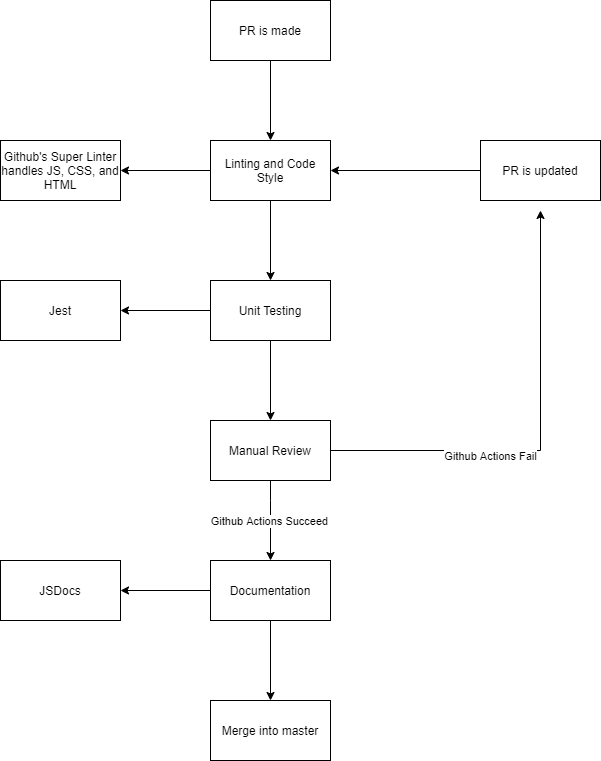
Above: specs/pipeline/pipeline-diagram.drawio.png in yitianwang18/cse112-s22-group14 (draw.io), before the change. Source tidied: cells renumbered, new cells last; positions are measured from the earlier drawing's top-left corner, leaving out a move shared by most shapes.
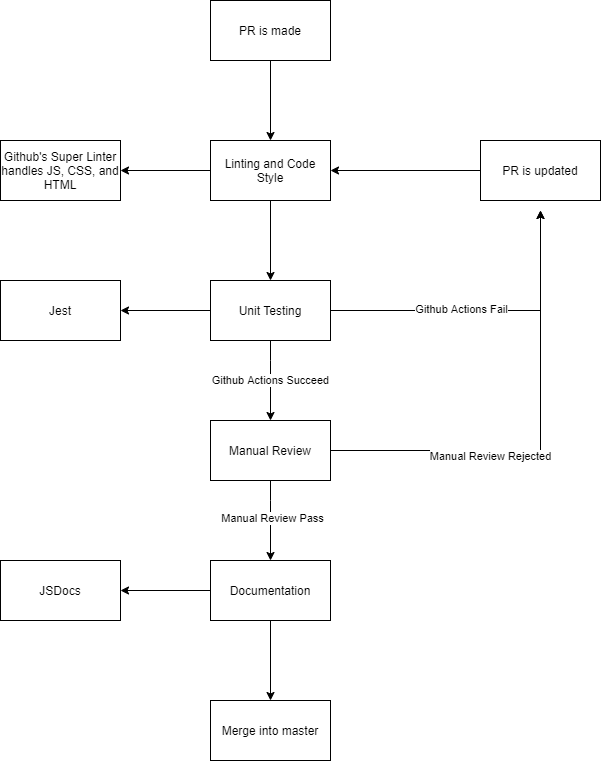
After the change.

Commit message:
added needed routes in diagram for failing actions tests

What changed in the source:
```diff
@@ -24,8 +24,24 @@
       <mxGeometry relative="1" as="geometry" />
     </mxCell>
     <mxCell id="9" style="edgeStyle=orthogonalEdgeStyle;rounded=0;jettySize=auto;html=1;entryX=0.5;entryY=0;entryDx=0;entryDy=0;" parent="1" edge="1" source="10" target="20">
-      <mxGeometry relative="1" as="geometry" />
+      <mxGeometry relative="1" as="geometry">
+        <Array as="points">
+          <mxPoint x="270" y="360" />
+          <mxPoint x="270" y="360" />
+        </Array>
+      </mxGeometry>
     </mxCell>
+    <mxCell id="19" value="Github Actions Succeed" style="edgeLabel;html=1;align=center;verticalAlign=middle;" parent="9" vertex="1">
+      <mxGeometry x="-0.03" y="-1" relative="1" as="geometry" />
+    </mxCell>
+    <mxCell id="24" style="edgeStyle=orthogonalEdgeStyle;rounded=0;jettySize=auto;html=1;" parent="1" edge="1" source="10">
+      <mxGeometry relative="1" as="geometry">
+        <mxPoint x="540" y="210" as="targetPoint" />
+      </mxGeometry>
+    </mxCell>
+    <mxCell id="25" value="Github Actions Fail" style="edgeLabel;html=1;align=center;verticalAlign=middle;" parent="24" vertex="1">
+      <mxGeometry x="-0.16" y="2" relative="1" as="geometry" />
+    </mxCell>
     <mxCell id="10" value="Unit Testing" style="whiteSpace=wrap;html=1;" parent="1" vertex="1">
       <mxGeometry x="210" y="280" width="120" height="60" as="geometry" />
     </mxCell>
@@ -49,7 +65,7 @@
         <mxPoint x="540" y="210" as="targetPoint" />
       </mxGeometry>
     </mxCell>
-    <mxCell id="17" value="Github Actions Fail" style="edgeLabel;html=1;align=center;verticalAlign=middle;" parent="16" vertex="1">
+    <mxCell id="17" value="Manual Review Rejected" style="edgeLabel;html=1;align=center;verticalAlign=middle;" parent="16" vertex="1">
       <mxGeometry x="-0.29" y="-5" relative="1" as="geometry" />
     </mxCell>
     <mxCell id="18" style="edgeStyle=orthogonalEdgeStyle;rounded=0;jettySize=auto;html=1;entryX=0.5;entryY=0;entryDx=0;entryDy=0;" parent="1" edge="1" source="20" target="13">
@@ -60,9 +76,9 @@
         </Array>
       </mxGeometry>
     </mxCell>
-    <mxCell id="19" value="Github Actions Succeed" style="edgeLabel;html=1;align=center;verticalAlign=middle;" parent="18" vertex="1">
-      <mxGeometry x="0.01" y="-2" relative="1" as="geometry" />
-    </mxCell>
+    <mxCell id="26" value="Manual Review Pass" style="edgeLabel;html=1;align=center;verticalAlign=middle;" parent="18" vertex="1">
+      <mxGeometry x="-0.07" y="1" relative="1" as="geometry" />
+    </mxCell>
     <mxCell id="20" value="Manual Review" style="whiteSpace=wrap;html=1;" parent="1" vertex="1">
       <mxGeometry x="210" y="420" width="120" height="60" as="geometry" />
     </mxCell>
```
